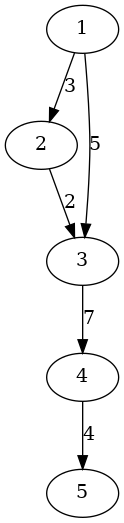
This is graph.png from joaoaugustopc/Grafos, a Graphviz export, as it was before one commit. Its source is kept beside it as graph.dot. The source it was exported from:
```dot
digraph G {
      2 -> 3 [label="2"];
      1 -> 2 [label="3"];
      1 -> 3 [label="5"];
      3 -> 4 [label="7"];
      4 -> 5 [label="4"];
}
```
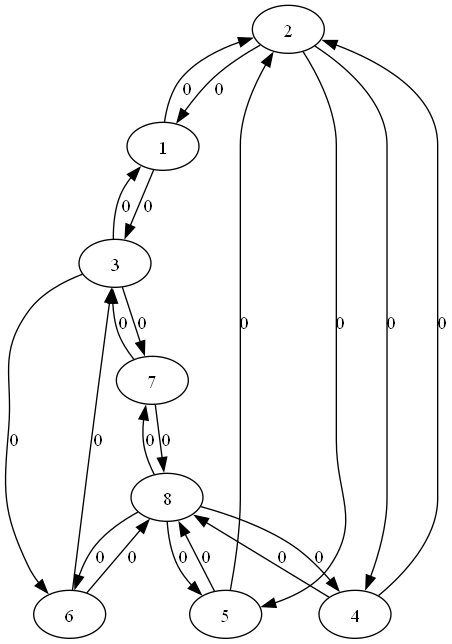
Above is the later version.

Diff of the diagram source:
```diff
@@ -1,7 +1,22 @@
 digraph G {
-      2 -> 3 [label="2"];
-      1 -> 2 [label="3"];
-      1 -> 3 [label="5"];
-      3 -> 4 [label="7"];
-      4 -> 5 [label="4"];
+      2 -> 1 [label="0"];
+      2 -> 4 [label="0"];
+      2 -> 5 [label="0"];
+      1 -> 2 [label="0"];
+      1 -> 3 [label="0"];
+      3 -> 1 [label="0"];
+      3 -> 6 [label="0"];
+      3 -> 7 [label="0"];
+      4 -> 2 [label="0"];
+      4 -> 8 [label="0"];
+      5 -> 2 [label="0"];
+      5 -> 8 [label="0"];
+      6 -> 3 [label="0"];
+      6 -> 8 [label="0"];
+      7 -> 3 [label="0"];
+      7 -> 8 [label="0"];
+      8 -> 4 [label="0"];
+      8 -> 5 [label="0"];
+      8 -> 6 [label="0"];
+      8 -> 7 [label="0"];
 }
```
